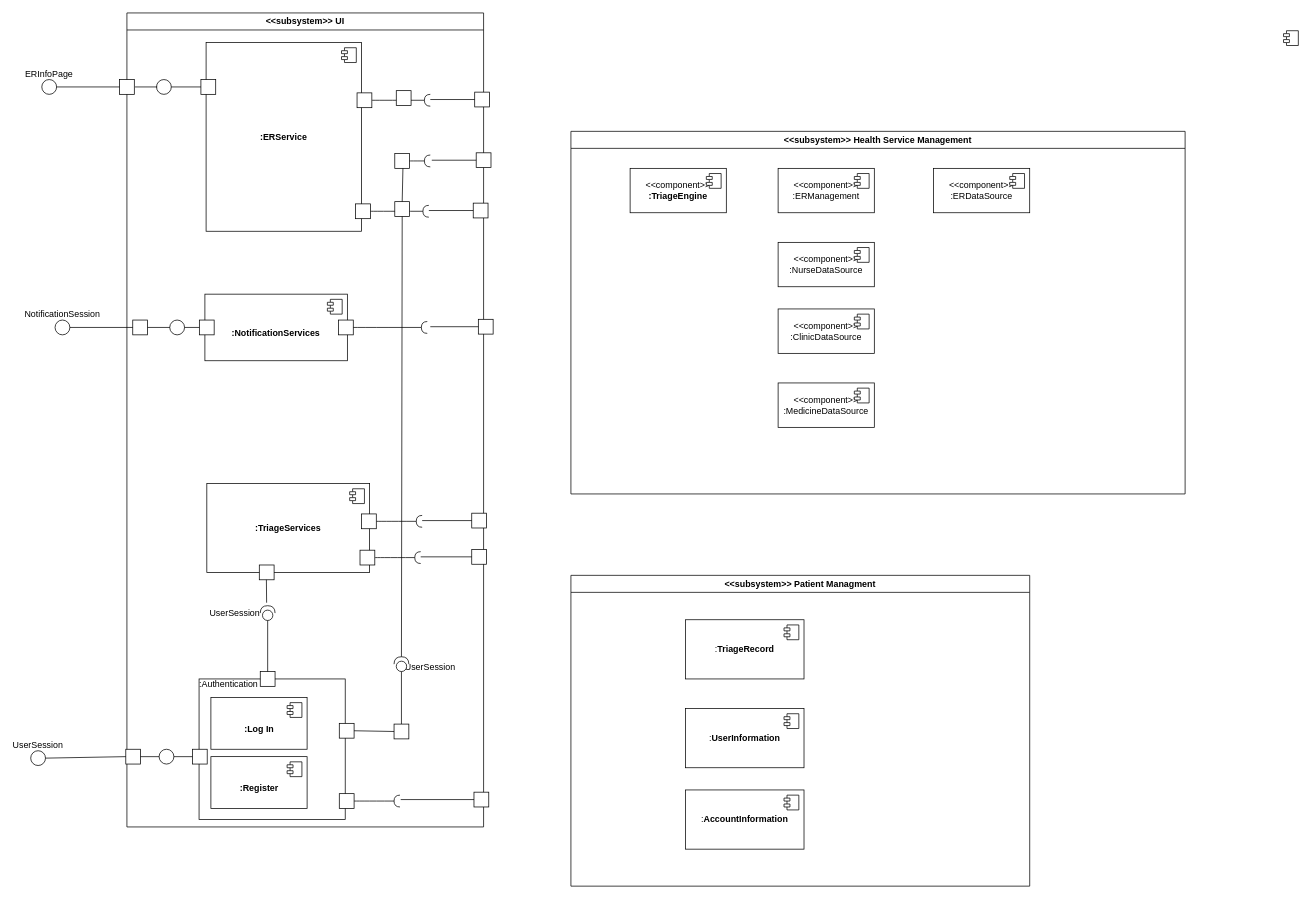
The draw.io diagram Usecases/C&C.drawio in uvic-teach/project-m1-team8, before the edit. Source tidied: cells renumbered, new cells numbered last; positions are measured from the earlier drawing's top-left corner, leaving out a move shared by most shapes. Both pictures are drawn from the tidied source at 74%, with x=0, y=0 at pixel (16, 13).
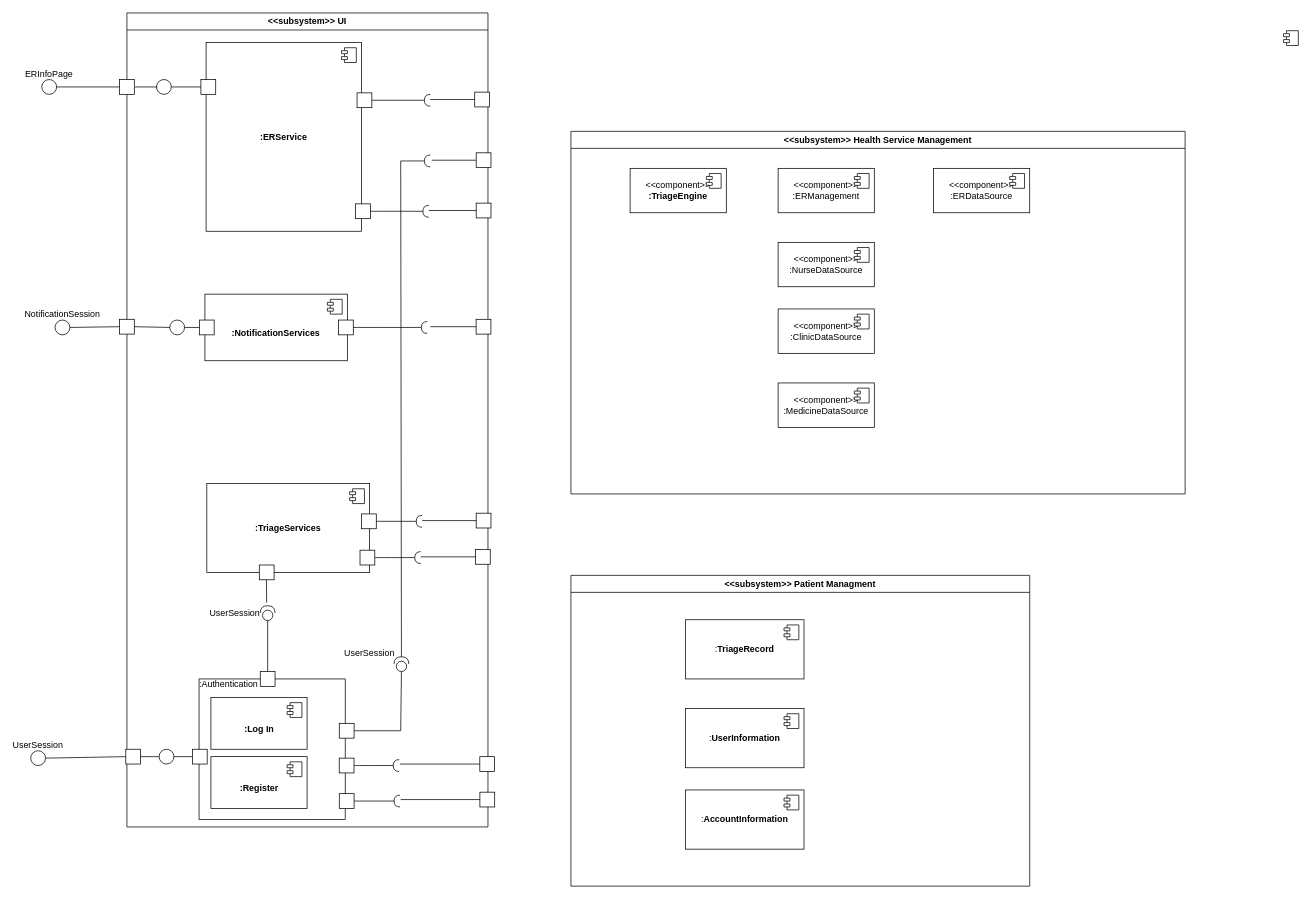
The same page after the edit.

Unchanged cells that the change refers to:
```xml
<mxCell id="94" style="shape=providedRequiredInterface;html=1;verticalLabelPosition=bottom;sketch=0;direction=north;" parent="1" vertex="1">
  <mxGeometry x="511" y="870" width="20" height="20" as="geometry" />
</mxCell>
<mxCell id="98" style="whiteSpace=wrap;html=1;" parent="1" vertex="1">
  <mxGeometry x="437" y="960" width="20" height="20" as="geometry" />
</mxCell>
```

Change to the diagram source:
```diff
@@
     <mxCell id="2" value="&amp;lt;&amp;lt;subsystem&amp;gt;&amp;gt; UI" style="swimlane;whiteSpace=wrap;html=1;" parent="1" vertex="1">
-      <mxGeometry x="150" width="482" height="1100" as="geometry" />
+      <mxGeometry x="150" width="487.9" height="1100" as="geometry" />
     </mxCell>
@@
     <mxCell id="28" style="whiteSpace=wrap;html=1;" parent="2" vertex="1">
-      <mxGeometry x="466" y="725" width="20" height="20" as="geometry" />
+      <mxGeometry x="471" y="725" width="20" height="20" as="geometry" />
     </mxCell>
@@
     <mxCell id="32" style="whiteSpace=wrap;html=1;" parent="2" vertex="1">
-      <mxGeometry x="466" y="676" width="20" height="20" as="geometry" />
+      <mxGeometry x="472" y="676" width="20" height="20" as="geometry" />
     </mxCell>
@@
     <mxCell id="36" style="whiteSpace=wrap;html=1;" parent="2" vertex="1">
-      <mxGeometry x="468" y="257" width="20" height="20" as="geometry" />
+      <mxGeometry x="472" y="257" width="20" height="20" as="geometry" />
     </mxCell>
@@
     <mxCell id="40" style="whiteSpace=wrap;html=1;" parent="2" vertex="1">
-      <mxGeometry x="7.9" y="415" width="20" height="20" as="geometry" />
+      <mxGeometry x="-10" y="414" width="20" height="20" as="geometry" />
     </mxCell>
@@
     <mxCell id="51" style="whiteSpace=wrap;html=1;" parent="2" vertex="1">
-      <mxGeometry x="474.9" y="414" width="20" height="20" as="geometry" />
+      <mxGeometry x="471.9" y="414" width="20" height="20" as="geometry" />
     </mxCell>
@@
     <mxCell id="56" style="whiteSpace=wrap;html=1;" parent="2" vertex="1">
-      <mxGeometry x="469" y="1053" width="20" height="20" as="geometry" />
+      <mxGeometry x="477" y="1053" width="20" height="20" as="geometry" />
     </mxCell>
@@
     <mxCell id="58" value="UserSession" style="text;html=1;strokeColor=none;fillColor=none;align=center;verticalAlign=middle;whiteSpace=wrap;rounded=0;" parent="2" vertex="1">
-      <mxGeometry x="380" y="870" width="60" height="30" as="geometry" />
+      <mxGeometry x="297.9" y="850" width="60" height="30" as="geometry" />
     </mxCell>
+    <mxCell id="111" style="rounded=0;jettySize=auto;html=1;endArrow=halfCircle;endFill=0;endSize=6;strokeWidth=1;sketch=0;fontSize=12;curved=1;exitX=1;exitY=0.5;exitDx=0;exitDy=0;" parent="2" edge="1" source="112">
+      <mxGeometry relative="1" as="geometry">
+        <mxPoint x="367.9" y="1017" as="targetPoint" />
+      </mxGeometry>
+    </mxCell>
+    <mxCell id="112" style="whiteSpace=wrap;html=1;" parent="2" vertex="1">
+      <mxGeometry x="286.9" y="1007" width="20" height="20" as="geometry" />
+    </mxCell>
+    <mxCell id="113" style="whiteSpace=wrap;html=1;" parent="2" vertex="1">
+      <mxGeometry x="476.9" y="1005" width="20" height="20" as="geometry" />
+    </mxCell>
+    <mxCell id="114" style="endArrow=none;html=1;rounded=0;entryX=0;entryY=0.5;entryDx=0;entryDy=0;" parent="2" edge="1" target="113">
+      <mxGeometry relative="1" as="geometry">
+        <mxPoint x="368.9" y="1015" as="sourcePoint" />
+      </mxGeometry>
+    </mxCell>
@@
-    <mxCell id="93" style="whiteSpace=wrap;html=1;" parent="1" vertex="1">
-      <mxGeometry x="512" y="255" width="20" height="20" as="geometry" />
-    </mxCell>
@@
-    <mxCell id="95" style="endArrow=none;html=1;rounded=0;entryX=0.5;entryY=1;entryDx=0;entryDy=0;exitX=1;exitY=0.5;exitDx=0;exitDy=0;exitPerimeter=0;" parent="1" edge="1" source="94" target="93">
-      <mxGeometry relative="1" as="geometry" />
+    <mxCell id="95" style="endArrow=none;html=1;rounded=0;exitX=1;exitY=0.5;exitDx=0;exitDy=0;exitPerimeter=0;" parent="1" edge="1" source="94">
+      <mxGeometry relative="1" as="geometry">
+        <mxPoint x="520" y="200" as="targetPoint" />
+      </mxGeometry>
     </mxCell>
-    <mxCell id="96" style="endArrow=none;html=1;rounded=0;entryX=0;entryY=0.5;entryDx=0;entryDy=0;entryPerimeter=0;exitX=0.5;exitY=0;exitDx=0;exitDy=0;" parent="1" edge="1" source="97" target="94">
-      <mxGeometry relative="1" as="geometry" />
+    <mxCell id="96" style="endArrow=none;html=1;rounded=0;entryX=0;entryY=0.5;entryDx=0;entryDy=0;entryPerimeter=0;" parent="1" edge="1" target="94">
+      <mxGeometry relative="1" as="geometry">
+        <mxPoint x="520" y="970" as="sourcePoint" />
+      </mxGeometry>
     </mxCell>
-    <mxCell id="97" style="whiteSpace=wrap;html=1;" parent="1" vertex="1">
-      <mxGeometry x="511" y="961" width="20" height="20" as="geometry" />
-    </mxCell>
@@
-    <mxCell id="99" style="endArrow=none;html=1;rounded=0;exitX=1;exitY=0.5;exitDx=0;exitDy=0;entryX=0;entryY=0.5;entryDx=0;entryDy=0;" parent="1" edge="1" source="98" target="97">
-      <mxGeometry relative="1" as="geometry" />
+    <mxCell id="99" style="endArrow=none;html=1;rounded=0;exitX=1;exitY=0.5;exitDx=0;exitDy=0;" parent="1" edge="1" source="98">
+      <mxGeometry relative="1" as="geometry">
+        <mxPoint x="520" y="970" as="targetPoint" />
+      </mxGeometry>
     </mxCell>
@@
-    <mxCell id="101" style="whiteSpace=wrap;html=1;" parent="1" vertex="1">
-      <mxGeometry x="512" y="190" width="20" height="20" as="geometry" />
-    </mxCell>
-    <mxCell id="102" style="endArrow=none;html=1;rounded=0;entryX=0.5;entryY=1;entryDx=0;entryDy=0;exitX=0.5;exitY=0;exitDx=0;exitDy=0;" parent="1" edge="1" source="93">
-      <mxGeometry relative="1" as="geometry">
-        <mxPoint x="523" y="210" as="targetPoint" />
-      </mxGeometry>
-    </mxCell>
@@
-    <mxCell id="105" style="rounded=0;jettySize=auto;html=1;endArrow=halfCircle;endFill=0;endSize=6;strokeWidth=1;sketch=0;fontSize=12;curved=1;exitX=1;exitY=0.5;exitDx=0;exitDy=0;" parent="1" edge="1" source="101">
+    <mxCell id="105" style="rounded=0;orthogonalLoop=1;jettySize=auto;html=1;endArrow=halfCircle;endFill=0;endSize=6;strokeWidth=1;sketch=0;fontSize=12;curved=1;" parent="1" edge="1">
       <mxGeometry relative="1" as="geometry">
+        <mxPoint x="520" y="200" as="sourcePoint" />
         <mxPoint x="560" y="200" as="targetPoint" />
       </mxGeometry>
     </mxCell>
@@
-    <mxCell id="110" style="whiteSpace=wrap;html=1;" parent="1" vertex="1">
-      <mxGeometry x="514" y="105" width="20" height="20" as="geometry" />
-    </mxCell>
```
